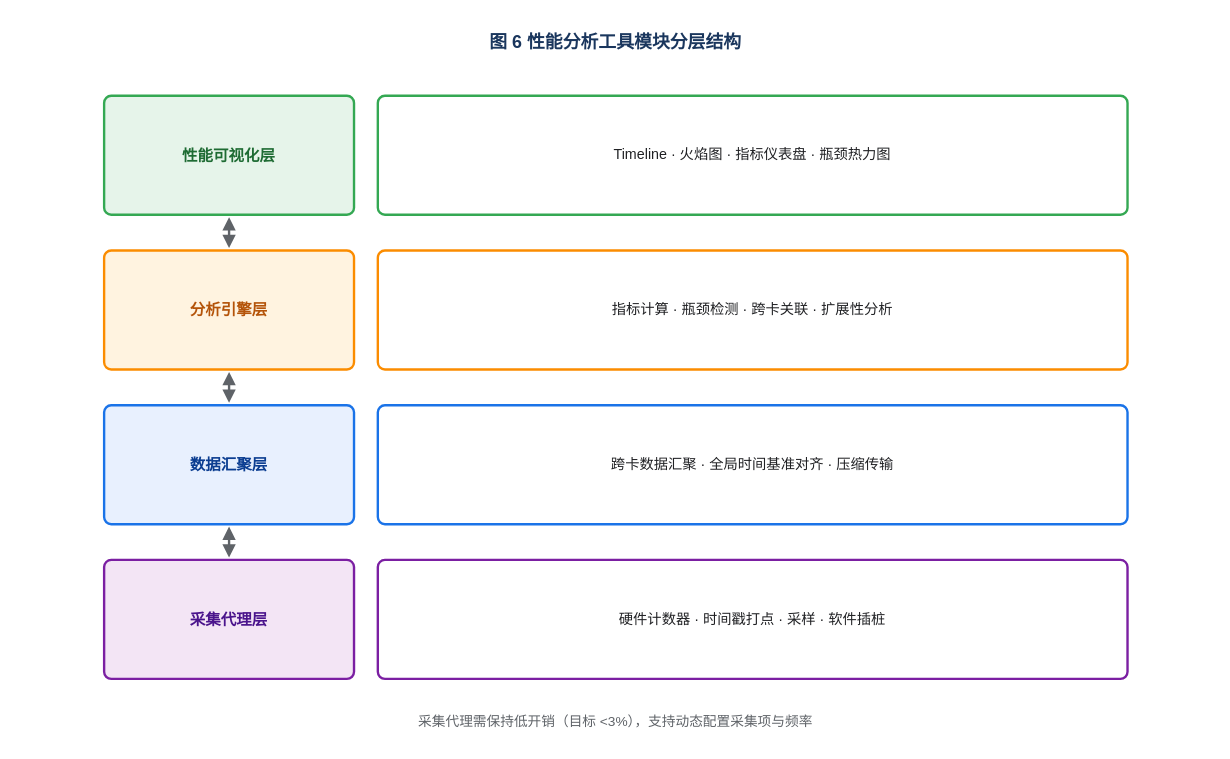
Before: page "性能分析工具模块分层结构" (5 of 7) of A3超节点设计方案插图.drawio in HanxuLiu/drawio-files, a draw.io diagram. Source tidied: cells renumbered, new cells numbered last; positions are measured from the earlier drawing's top-left corner, leaving out a move shared by most shapes. Both pictures are drawn from the tidied source at 119%, with x=0, y=0 at pixel (20, 20).
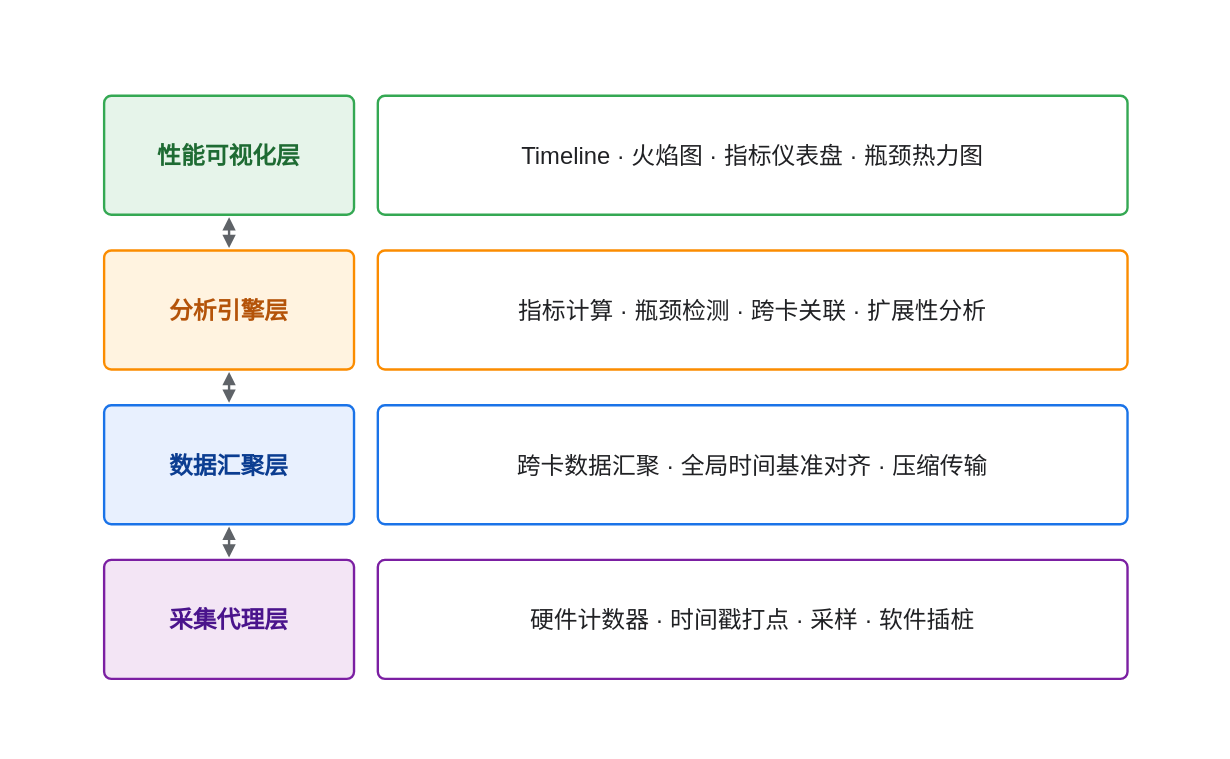
The same page after the edit.

Change to the diagram source:
```diff
@@
 <mxGraphModel>
   <root>
     <mxCell id="0" />
     <mxCell id="1" parent="0" />
-    <mxCell id="2" value="图 6  性能分析工具模块分层结构" style="text;html=1;strokeColor=none;fillColor=none;align=center;verticalAlign=middle;whiteSpace=wrap;rounded=0;fontSize=15;fontColor=#1A365D;fontStyle=1;" parent="1" vertex="1">
-      <mxGeometry width="1000" height="34" as="geometry" />
-    </mxCell>
-    <mxCell id="3" value="性能可视化层" style="rounded=1;arcSize=6;whiteSpace=wrap;html=1;fillColor=#E6F4EA;strokeColor=#34A853;strokeWidth=2;fontSize=13;fontColor=#1E6B33;align=center;verticalAlign=middle;fontStyle=1;" parent="1" vertex="1">
+    <mxCell id="3" value="性能可视化层" style="rounded=1;arcSize=6;whiteSpace=wrap;html=1;fillColor=#E6F4EA;strokeColor=#34A853;strokeWidth=2;fontSize=20;fontColor=#1E6B33;align=center;verticalAlign=middle;fontStyle=1;" parent="1" vertex="1">
       <mxGeometry x="70" y="63" width="210" height="100" as="geometry" />
     </mxCell>
-    <mxCell id="4" value="Timeline · 火焰图 · 指标仪表盘 · 瓶颈热力图" style="rounded=1;arcSize=6;whiteSpace=wrap;html=1;fillColor=#FFFFFF;strokeColor=#34A853;strokeWidth=2;fontSize=12;fontColor=#202124;align=center;verticalAlign=middle;" parent="1" vertex="1">
+    <mxCell id="4" value="Timeline · 火焰图 · 指标仪表盘 · 瓶颈热力图" style="rounded=1;arcSize=6;whiteSpace=wrap;html=1;fillColor=#FFFFFF;strokeColor=#34A853;strokeWidth=2;fontSize=20;fontColor=#202124;align=center;verticalAlign=middle;" parent="1" vertex="1">
       <mxGeometry x="300" y="63" width="630" height="100" as="geometry" />
     </mxCell>
-    <mxCell id="5" value="分析引擎层" style="rounded=1;arcSize=6;whiteSpace=wrap;html=1;fillColor=#FFF3E0;strokeColor=#FB8C00;strokeWidth=2;fontSize=13;fontColor=#B45309;align=center;verticalAlign=middle;fontStyle=1;" parent="1" vertex="1">
+    <mxCell id="5" value="分析引擎层" style="rounded=1;arcSize=6;whiteSpace=wrap;html=1;fillColor=#FFF3E0;strokeColor=#FB8C00;strokeWidth=2;fontSize=20;fontColor=#B45309;align=center;verticalAlign=middle;fontStyle=1;" parent="1" vertex="1">
       <mxGeometry x="70" y="193" width="210" height="100" as="geometry" />
     </mxCell>
-    <mxCell id="6" value="指标计算 · 瓶颈检测 · 跨卡关联 · 扩展性分析" style="rounded=1;arcSize=6;whiteSpace=wrap;html=1;fillColor=#FFFFFF;strokeColor=#FB8C00;strokeWidth=2;fontSize=12;fontColor=#202124;align=center;verticalAlign=middle;" parent="1" vertex="1">
+    <mxCell id="6" value="指标计算 · 瓶颈检测 · 跨卡关联 · 扩展性分析" style="rounded=1;arcSize=6;whiteSpace=wrap;html=1;fillColor=#FFFFFF;strokeColor=#FB8C00;strokeWidth=2;fontSize=20;fontColor=#202124;align=center;verticalAlign=middle;" parent="1" vertex="1">
       <mxGeometry x="300" y="193" width="630" height="100" as="geometry" />
     </mxCell>
-    <mxCell id="7" style="edgeStyle=none;html=1;rounded=0;strokeColor=#5F6368;strokeWidth=2;startArrow=block;startFill=1;endArrow=block;endFill=1;" parent="1" edge="1">
+    <mxCell id="7" style="edgeStyle=none;html=1;rounded=0;strokeColor=#5F6368;strokeWidth=2;startArrow=block;startFill=1;endArrow=block;endFill=1;fontSize=20;" parent="1" edge="1">
       <mxGeometry relative="1" as="geometry">
         <mxPoint x="175" y="165" as="sourcePoint" />
         <mxPoint x="175" y="191" as="targetPoint" />
       </mxGeometry>
     </mxCell>
-    <mxCell id="8" value="数据汇聚层" style="rounded=1;arcSize=6;whiteSpace=wrap;html=1;fillColor=#E8F0FE;strokeColor=#1A73E8;strokeWidth=2;fontSize=13;fontColor=#0B3D91;align=center;verticalAlign=middle;fontStyle=1;" parent="1" vertex="1">
+    <mxCell id="8" value="数据汇聚层" style="rounded=1;arcSize=6;whiteSpace=wrap;html=1;fillColor=#E8F0FE;strokeColor=#1A73E8;strokeWidth=2;fontSize=20;fontColor=#0B3D91;align=center;verticalAlign=middle;fontStyle=1;" parent="1" vertex="1">
       <mxGeometry x="70" y="323" width="210" height="100" as="geometry" />
     </mxCell>
-    <mxCell id="9" value="跨卡数据汇聚 · 全局时间基准对齐 · 压缩传输" style="rounded=1;arcSize=6;whiteSpace=wrap;html=1;fillColor=#FFFFFF;strokeColor=#1A73E8;strokeWidth=2;fontSize=12;fontColor=#202124;align=center;verticalAlign=middle;" parent="1" vertex="1">
+    <mxCell id="9" value="跨卡数据汇聚 · 全局时间基准对齐 · 压缩传输" style="rounded=1;arcSize=6;whiteSpace=wrap;html=1;fillColor=#FFFFFF;strokeColor=#1A73E8;strokeWidth=2;fontSize=20;fontColor=#202124;align=center;verticalAlign=middle;" parent="1" vertex="1">
       <mxGeometry x="300" y="323" width="630" height="100" as="geometry" />
     </mxCell>
-    <mxCell id="10" style="edgeStyle=none;html=1;rounded=0;strokeColor=#5F6368;strokeWidth=2;startArrow=block;startFill=1;endArrow=block;endFill=1;" parent="1" edge="1">
+    <mxCell id="10" style="edgeStyle=none;html=1;rounded=0;strokeColor=#5F6368;strokeWidth=2;startArrow=block;startFill=1;endArrow=block;endFill=1;fontSize=20;" parent="1" edge="1">
       <mxGeometry relative="1" as="geometry">
         <mxPoint x="175" y="295" as="sourcePoint" />
         <mxPoint x="175" y="321" as="targetPoint" />
       </mxGeometry>
     </mxCell>
-    <mxCell id="11" value="采集代理层" style="rounded=1;arcSize=6;whiteSpace=wrap;html=1;fillColor=#F3E5F5;strokeColor=#7B1FA2;strokeWidth=2;fontSize=13;fontColor=#4A148C;align=center;verticalAlign=middle;fontStyle=1;" parent="1" vertex="1">
+    <mxCell id="11" value="采集代理层" style="rounded=1;arcSize=6;whiteSpace=wrap;html=1;fillColor=#F3E5F5;strokeColor=#7B1FA2;strokeWidth=2;fontSize=20;fontColor=#4A148C;align=center;verticalAlign=middle;fontStyle=1;" parent="1" vertex="1">
       <mxGeometry x="70" y="453" width="210" height="100" as="geometry" />
     </mxCell>
-    <mxCell id="12" value="硬件计数器 · 时间戳打点 · 采样 · 软件插桩" style="rounded=1;arcSize=6;whiteSpace=wrap;html=1;fillColor=#FFFFFF;strokeColor=#7B1FA2;strokeWidth=2;fontSize=12;fontColor=#202124;align=center;verticalAlign=middle;" parent="1" vertex="1">
+    <mxCell id="12" value="硬件计数器 · 时间戳打点 · 采样 · 软件插桩" style="rounded=1;arcSize=6;whiteSpace=wrap;html=1;fillColor=#FFFFFF;strokeColor=#7B1FA2;strokeWidth=2;fontSize=20;fontColor=#202124;align=center;verticalAlign=middle;" parent="1" vertex="1">
       <mxGeometry x="300" y="453" width="630" height="100" as="geometry" />
     </mxCell>
-    <mxCell id="13" style="edgeStyle=none;html=1;rounded=0;strokeColor=#5F6368;strokeWidth=2;startArrow=block;startFill=1;endArrow=block;endFill=1;" parent="1" edge="1">
+    <mxCell id="13" style="edgeStyle=none;html=1;rounded=0;strokeColor=#5F6368;strokeWidth=2;startArrow=block;startFill=1;endArrow=block;endFill=1;fontSize=20;" parent="1" edge="1">
       <mxGeometry relative="1" as="geometry">
         <mxPoint x="175" y="425" as="sourcePoint" />
         <mxPoint x="175" y="451" as="targetPoint" />
       </mxGeometry>
     </mxCell>
-    <mxCell id="14" value="采集代理需保持低开销（目标 &lt;3%），支持动态配置采集项与频率" style="text;html=1;strokeColor=none;fillColor=none;align=center;verticalAlign=middle;whiteSpace=wrap;rounded=0;fontSize=11.5;fontColor=#5F6368;" parent="1" vertex="1">
-      <mxGeometry x="70" y="574" width="860" height="30" as="geometry" />
-    </mxCell>
   </root>
 </mxGraphModel>
```
